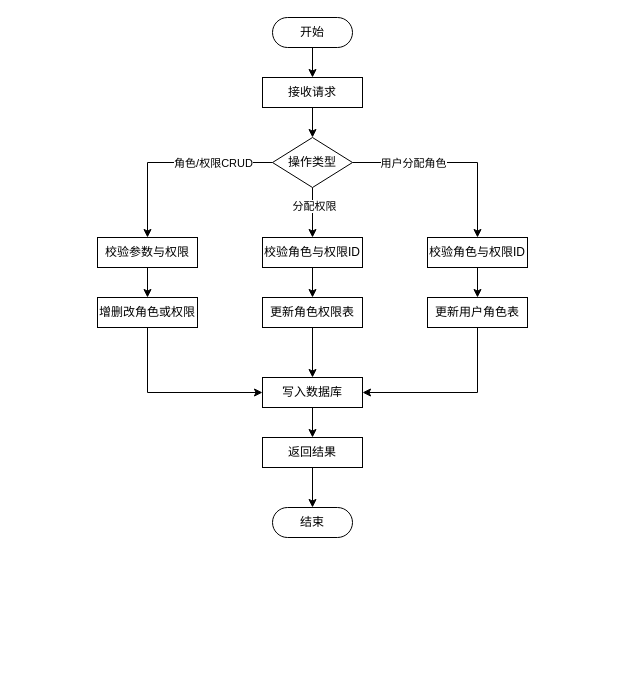
The draw.io diagram page "权限管理模块流程图" (8 of 13) of 题库E-R.drawio in ChenLiheng/question-project, before the edit. Source tidied: cells renumbered, new cells numbered last; positions are measured from the earlier drawing's top-left corner, leaving out a move shared by most shapes. Both pictures are drawn from the tidied source at 100%, with x=0, y=0 at pixel (97, 17).
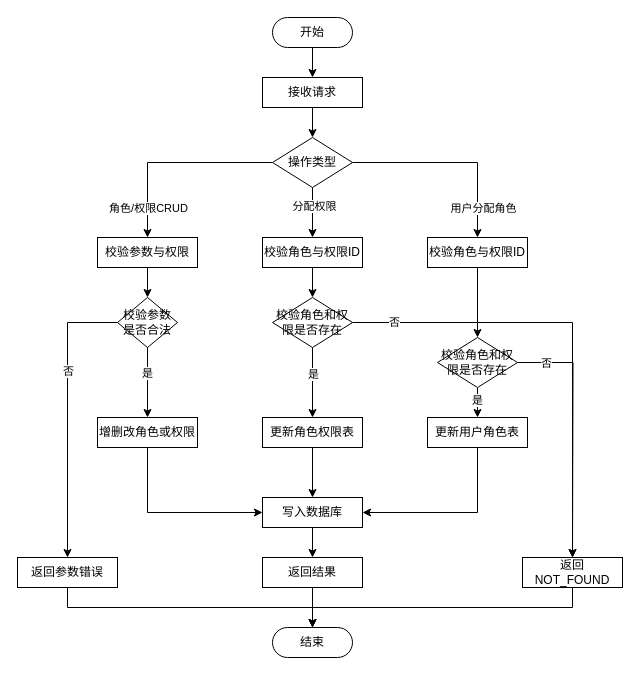
Above is the later version.

Unchanged cells that the change refers to:
```xml
<mxCell id="9" style="edgeStyle=orthogonalEdgeStyle;rounded=0;jettySize=auto;html=1;exitX=0;exitY=0.5;exitDx=0;exitDy=0;entryX=0.5;entryY=0;entryDx=0;entryDy=0;" parent="1" edge="1" source="13" target="15">
  <mxGeometry relative="1" as="geometry" />
</mxCell>
<mxCell id="11" style="edgeStyle=orthogonalEdgeStyle;rounded=0;jettySize=auto;html=1;exitX=1;exitY=0.5;exitDx=0;exitDy=0;entryX=0.5;entryY=0;entryDx=0;entryDy=0;" parent="1" edge="1" source="13" target="19">
  <mxGeometry relative="1" as="geometry" />
</mxCell>
<mxCell id="15" value="校验参数与权限" style="html=1;dashed=0;whiteSpace=wrap;" parent="1" vertex="1">
  <mxGeometry y="220" width="100" height="30" as="geometry" />
</mxCell>
<mxCell id="17" value="校验角色与权限ID" style="html=1;dashed=0;whiteSpace=wrap;" parent="1" vertex="1">
  <mxGeometry x="165" y="220" width="100" height="30" as="geometry" />
</mxCell>
<mxCell id="19" value="校验角色与权限ID" style="html=1;dashed=0;whiteSpace=wrap;" parent="1" vertex="1">
  <mxGeometry x="330" y="220" width="100" height="30" as="geometry" />
</mxCell>
```

Change to the diagram source:
```diff
@@
     <mxCell id="4" value="结束" style="html=1;dashed=0;whiteSpace=wrap;shape=mxgraph.dfd.start;" parent="1" vertex="1">
-      <mxGeometry x="175" y="490" width="80" height="30" as="geometry" />
+      <mxGeometry x="175" y="610" width="80" height="30" as="geometry" />
     </mxCell>
@@
     <mxCell id="10" value="角色/权限CRUD" style="edgeLabel;html=1;align=center;verticalAlign=middle;" parent="9" vertex="1">
       <mxGeometry x="-0.15" relative="1" as="geometry">
-        <mxPoint x="25" as="offset" />
+        <mxPoint x="-40" y="45" as="offset" />
       </mxGeometry>
     </mxCell>
@@
     <mxCell id="12" value="用户分配角色" style="edgeLabel;html=1;align=center;verticalAlign=middle;" parent="11" vertex="1">
       <mxGeometry x="-0.48" y="3" relative="1" as="geometry">
-        <mxPoint x="8" y="3" as="offset" />
+        <mxPoint x="78" y="48" as="offset" />
       </mxGeometry>
     </mxCell>
@@
-    <mxCell id="14" style="edgeStyle=orthogonalEdgeStyle;rounded=0;jettySize=auto;html=1;exitX=0.5;exitY=1;exitDx=0;exitDy=0;entryX=0.5;entryY=0;entryDx=0;entryDy=0;" parent="1" edge="1" source="15" target="21">
-      <mxGeometry relative="1" as="geometry" />
-    </mxCell>
+    <mxCell id="30" style="edgeStyle=orthogonalEdgeStyle;rounded=0;jettySize=auto;html=1;exitX=0.5;exitY=1;exitDx=0;exitDy=0;entryX=0.5;entryY=0;entryDx=0;entryDy=0;" parent="1" edge="1" source="15" target="37">
+      <mxGeometry relative="1" as="geometry" />
+    </mxCell>
@@
-    <mxCell id="16" style="edgeStyle=orthogonalEdgeStyle;rounded=0;jettySize=auto;html=1;exitX=0.5;exitY=1;exitDx=0;exitDy=0;entryX=0.5;entryY=0;entryDx=0;entryDy=0;" parent="1" edge="1" source="17" target="23">
-      <mxGeometry relative="1" as="geometry" />
-    </mxCell>
+    <mxCell id="31" style="edgeStyle=orthogonalEdgeStyle;rounded=0;jettySize=auto;html=1;exitX=0.5;exitY=1;exitDx=0;exitDy=0;entryX=0.5;entryY=0;entryDx=0;entryDy=0;" parent="1" edge="1" source="17" target="44">
+      <mxGeometry relative="1" as="geometry" />
+    </mxCell>
@@
-    <mxCell id="18" style="edgeStyle=orthogonalEdgeStyle;rounded=0;jettySize=auto;html=1;exitX=0.5;exitY=1;exitDx=0;exitDy=0;entryX=0.5;entryY=0;entryDx=0;entryDy=0;" parent="1" edge="1" source="19" target="25">
-      <mxGeometry relative="1" as="geometry" />
-    </mxCell>
+    <mxCell id="32" style="edgeStyle=orthogonalEdgeStyle;rounded=0;jettySize=auto;html=1;exitX=0.5;exitY=1;exitDx=0;exitDy=0;entryX=0.5;entryY=0;entryDx=0;entryDy=0;" parent="1" edge="1" source="19" target="50">
+      <mxGeometry relative="1" as="geometry" />
+    </mxCell>
@@
     <mxCell id="21" value="增删改角色或权限" style="html=1;dashed=0;whiteSpace=wrap;" parent="1" vertex="1">
-      <mxGeometry y="280" width="100" height="30" as="geometry" />
+      <mxGeometry y="400" width="100" height="30" as="geometry" />
     </mxCell>
@@
     <mxCell id="23" value="更新角色权限表" style="html=1;dashed=0;whiteSpace=wrap;" parent="1" vertex="1">
-      <mxGeometry x="165" y="280" width="100" height="30" as="geometry" />
+      <mxGeometry x="165" y="400" width="100" height="30" as="geometry" />
     </mxCell>
@@
     <mxCell id="25" value="更新用户角色表" style="html=1;dashed=0;whiteSpace=wrap;" parent="1" vertex="1">
-      <mxGeometry x="330" y="280" width="100" height="30" as="geometry" />
+      <mxGeometry x="330" y="400" width="100" height="30" as="geometry" />
     </mxCell>
@@
     <mxCell id="27" value="写入数据库" style="html=1;dashed=0;whiteSpace=wrap;" parent="1" vertex="1">
-      <mxGeometry x="165" y="360" width="100" height="30" as="geometry" />
+      <mxGeometry x="165" y="480" width="100" height="30" as="geometry" />
     </mxCell>
     <mxCell id="28" value="返回结果" style="html=1;dashed=0;whiteSpace=wrap;" parent="1" vertex="1">
-      <mxGeometry x="165" y="420" width="100" height="30" as="geometry" />
+      <mxGeometry x="165" y="540" width="100" height="30" as="geometry" />
     </mxCell>
@@
+    <mxCell id="33" style="edgeStyle=orthogonalEdgeStyle;rounded=0;jettySize=auto;html=1;exitX=0.5;exitY=1;exitDx=0;exitDy=0;entryX=0.5;entryY=0;entryDx=0;entryDy=0;" parent="1" edge="1" source="37" target="21">
+      <mxGeometry relative="1" as="geometry" />
+    </mxCell>
+    <mxCell id="34" value="是" style="edgeLabel;html=1;align=center;verticalAlign=middle;" parent="33" vertex="1">
+      <mxGeometry x="-0.29" y="1" relative="1" as="geometry">
+        <mxPoint x="-2" as="offset" />
+      </mxGeometry>
+    </mxCell>
+    <mxCell id="35" style="edgeStyle=orthogonalEdgeStyle;rounded=0;jettySize=auto;html=1;exitX=0;exitY=0.5;exitDx=0;exitDy=0;entryX=0.5;entryY=0;entryDx=0;entryDy=0;" parent="1" edge="1" source="37" target="38">
+      <mxGeometry relative="1" as="geometry" />
+    </mxCell>
+    <mxCell id="36" value="否" style="edgeLabel;html=1;align=center;verticalAlign=middle;" parent="35" vertex="1">
+      <mxGeometry x="-0.31" relative="1" as="geometry" />
+    </mxCell>
+    <mxCell id="37" value="校验参数是否合法" style="shape=rhombus;html=1;dashed=0;whiteSpace=wrap;perimeter=rhombusPerimeter;" parent="1" vertex="1">
+      <mxGeometry x="20" y="280" width="60" height="50" as="geometry" />
+    </mxCell>
+    <mxCell id="38" value="返回参数错误" style="html=1;dashed=0;whiteSpace=wrap;" parent="1" vertex="1">
+      <mxGeometry x="-80" y="540" width="100" height="30" as="geometry" />
+    </mxCell>
+    <mxCell id="39" style="edgeStyle=orthogonalEdgeStyle;rounded=0;jettySize=auto;html=1;exitX=0.5;exitY=1;exitDx=0;exitDy=0;entryX=0.5;entryY=0.5;entryDx=0;entryDy=-15;entryPerimeter=0;" parent="1" edge="1" source="38" target="4">
+      <mxGeometry relative="1" as="geometry" />
+    </mxCell>
+    <mxCell id="40" style="edgeStyle=orthogonalEdgeStyle;rounded=0;jettySize=auto;html=1;exitX=0.5;exitY=1;exitDx=0;exitDy=0;" parent="1" edge="1" source="44" target="23">
+      <mxGeometry relative="1" as="geometry" />
+    </mxCell>
+    <mxCell id="41" value="是" style="edgeLabel;html=1;align=center;verticalAlign=middle;" parent="40" vertex="1">
+      <mxGeometry x="-0.26" relative="1" as="geometry" />
+    </mxCell>
+    <mxCell id="42" style="edgeStyle=orthogonalEdgeStyle;rounded=0;jettySize=auto;html=1;exitX=1;exitY=0.5;exitDx=0;exitDy=0;entryX=0.5;entryY=0;entryDx=0;entryDy=0;" parent="1" edge="1" source="44" target="45">
+      <mxGeometry relative="1" as="geometry" />
+    </mxCell>
+    <mxCell id="43" value="否" style="edgeLabel;html=1;align=center;verticalAlign=middle;" parent="42" vertex="1">
+      <mxGeometry x="-0.82" y="1" relative="1" as="geometry" />
+    </mxCell>
+    <mxCell id="44" value="校验角色和权限是否存在" style="shape=rhombus;html=1;dashed=0;whiteSpace=wrap;perimeter=rhombusPerimeter;" parent="1" vertex="1">
+      <mxGeometry x="175" y="280" width="80" height="50" as="geometry" />
+    </mxCell>
+    <mxCell id="45" value="返回NOT_FOUND" style="html=1;dashed=0;whiteSpace=wrap;" parent="1" vertex="1">
+      <mxGeometry x="425" y="540" width="100" height="30" as="geometry" />
+    </mxCell>
+    <mxCell id="46" style="edgeStyle=orthogonalEdgeStyle;rounded=0;jettySize=auto;html=1;exitX=0.5;exitY=1;exitDx=0;exitDy=0;entryX=0.5;entryY=0;entryDx=0;entryDy=0;" parent="1" edge="1" source="50" target="25">
+      <mxGeometry relative="1" as="geometry" />
+    </mxCell>
+    <mxCell id="47" value="是" style="edgeLabel;html=1;align=center;verticalAlign=middle;" parent="46" vertex="1">
+      <mxGeometry x="-0.17" y="-1" relative="1" as="geometry" />
+    </mxCell>
+    <mxCell id="48" style="edgeStyle=orthogonalEdgeStyle;rounded=0;jettySize=auto;html=1;exitX=1;exitY=0.5;exitDx=0;exitDy=0;" parent="1" edge="1" source="50">
+      <mxGeometry relative="1" as="geometry">
+        <mxPoint x="475" y="540" as="targetPoint" />
+      </mxGeometry>
+    </mxCell>
+    <mxCell id="49" value="否" style="edgeLabel;html=1;align=center;verticalAlign=middle;" parent="48" vertex="1">
+      <mxGeometry x="-0.78" relative="1" as="geometry" />
+    </mxCell>
+    <mxCell id="50" value="校验角色和权限是否存在" style="shape=rhombus;html=1;dashed=0;whiteSpace=wrap;perimeter=rhombusPerimeter;" parent="1" vertex="1">
+      <mxGeometry x="340" y="320" width="80" height="50" as="geometry" />
+    </mxCell>
+    <mxCell id="51" style="edgeStyle=orthogonalEdgeStyle;rounded=0;jettySize=auto;html=1;exitX=0.5;exitY=1;exitDx=0;exitDy=0;entryX=0.5;entryY=0.5;entryDx=0;entryDy=-15;entryPerimeter=0;" parent="1" edge="1" source="45" target="4">
+      <mxGeometry relative="1" as="geometry" />
+    </mxCell>
```
